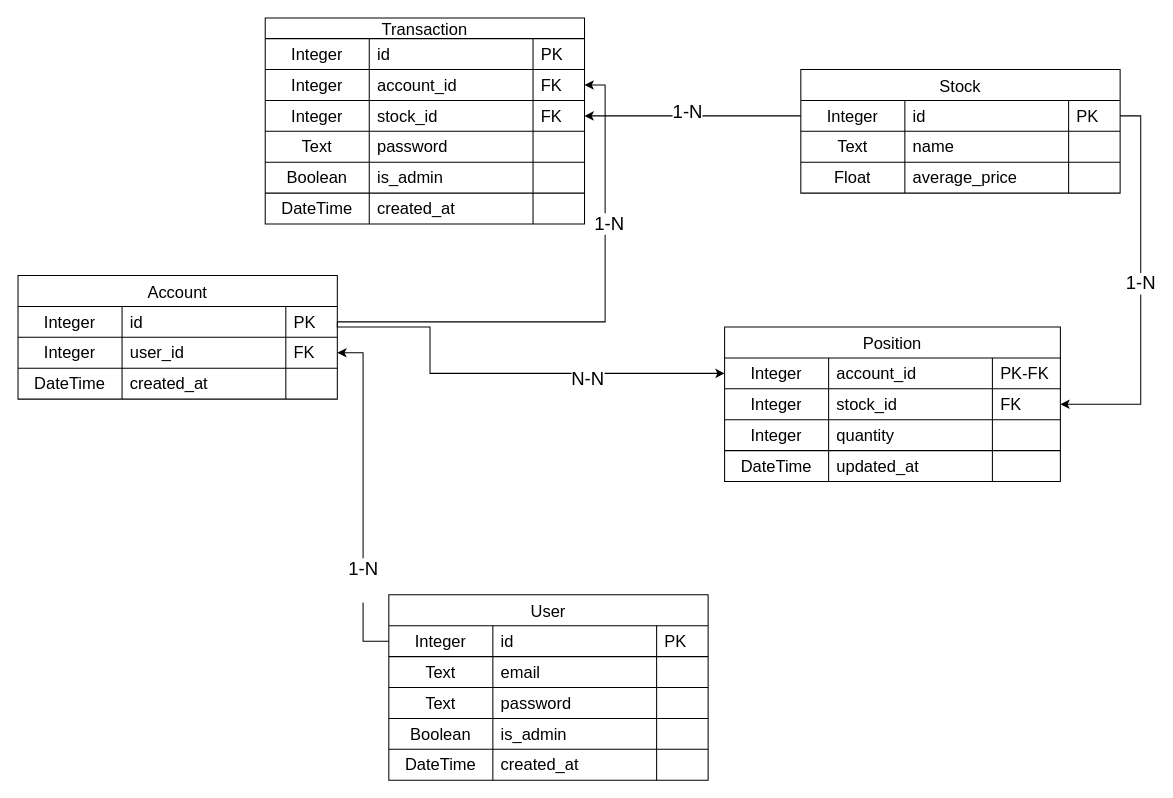
Before: UML Fintech App.drawio in Sadjaime/_PROJECT-WORK, a draw.io diagram. Source tidied: cells renumbered, new cells numbered last; positions are measured from the earlier drawing's top-left corner, leaving out a move shared by most shapes. Both pictures are drawn from the tidied source at 103%, with x=0, y=0 at pixel (18, 18).
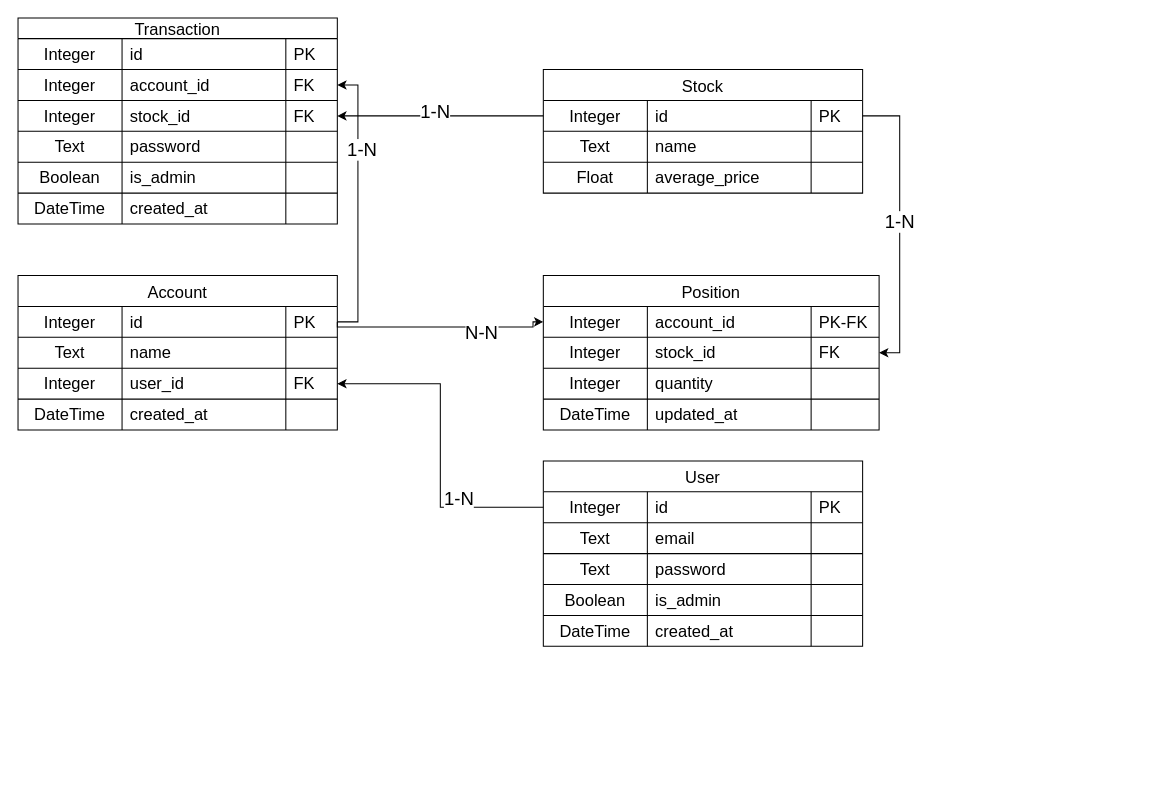
After the change.

The change refers to these unchanged cells:
```xml
<mxCell id="3" style="shape=tableRow;horizontal=0;startSize=0;swimlaneHead=0;swimlaneBody=0;top=0;left=0;bottom=0;right=0;fillColor=none;points=[[0,0.5],[1,0.5]];portConstraint=eastwest;strokeColor=inherit;fontSize=16;" parent="2" vertex="1">
  <mxGeometry y="30" width="310" height="30" as="geometry" />
</mxCell>
<mxCell id="54" style="shape=tableRow;horizontal=0;startSize=0;swimlaneHead=0;swimlaneBody=0;top=0;left=0;bottom=0;right=0;fillColor=none;points=[[0,0.5],[1,0.5]];portConstraint=eastwest;strokeColor=inherit;fontSize=16;" parent="53" vertex="1">
  <mxGeometry y="30" width="326" height="30" as="geometry" />
</mxCell>
```

Diff of the diagram source:
```diff
@@
     <mxCell id="2" value="Account" style="shape=table;startSize=30;childLayout=tableLayout;rowLines=4;fontStyle=0;strokeColor=default;fontSize=16;" parent="1" vertex="1">
-      <mxGeometry y="250" width="310" height="120" as="geometry" />
+      <mxGeometry y="250" width="310" height="150" as="geometry" />
     </mxCell>
@@
+    <mxCell id="101" style="shape=tableRow;horizontal=0;startSize=0;swimlaneHead=0;swimlaneBody=0;top=0;left=0;bottom=0;right=0;fillColor=none;strokeColor=inherit;fontSize=16;" parent="2" vertex="1">
+      <mxGeometry y="60" width="310" height="30" as="geometry" />
+    </mxCell>
+    <mxCell id="102" value="Text" style="shape=partialRectangle;html=1;whiteSpace=wrap;fillColor=none;top=0;left=0;bottom=0;right=0;overflow=hidden;strokeColor=inherit;fontSize=16;" parent="101" vertex="1">
+      <mxGeometry width="101" height="30" as="geometry" />
+    </mxCell>
+    <mxCell id="103" value="name" style="shape=partialRectangle;html=1;whiteSpace=wrap;fillColor=none;top=0;left=0;bottom=0;right=0;align=left;spacingLeft=6;overflow=hidden;strokeColor=inherit;fontSize=16;" parent="101" vertex="1">
+      <mxGeometry x="101" width="159" height="30" as="geometry" />
+    </mxCell>
+    <mxCell id="104" style="shape=partialRectangle;html=1;whiteSpace=wrap;fillColor=none;top=0;left=0;bottom=0;right=0;align=left;spacingLeft=6;overflow=hidden;strokeColor=inherit;fontSize=16;" parent="101" vertex="1">
+      <mxGeometry x="260" width="50" height="30" as="geometry" />
+    </mxCell>
     <mxCell id="7" style="shape=tableRow;horizontal=0;startSize=0;swimlaneHead=0;swimlaneBody=0;top=0;left=0;bottom=0;right=0;fillColor=none;points=[[0,0.5],[1,0.5]];portConstraint=eastwest;strokeColor=inherit;fontSize=16;" parent="2" vertex="1">
-      <mxGeometry y="60" width="310" height="30" as="geometry" />
+      <mxGeometry y="90" width="310" height="30" as="geometry" />
     </mxCell>
@@
     <mxCell id="11" style="shape=tableRow;horizontal=0;startSize=0;swimlaneHead=0;swimlaneBody=0;top=0;left=0;bottom=0;right=0;fillColor=none;strokeColor=inherit;fontSize=16;" parent="2" vertex="1">
-      <mxGeometry y="90" width="310" height="30" as="geometry" />
+      <mxGeometry y="120" width="310" height="30" as="geometry" />
     </mxCell>
@@
     <mxCell id="15" value="Stock" style="shape=table;startSize=30;childLayout=tableLayout;rowLines=4;fontStyle=0;strokeColor=default;fontSize=16;" parent="1" vertex="1">
-      <mxGeometry x="760" y="50" width="310" height="120" as="geometry" />
+      <mxGeometry x="510" y="50" width="310" height="120" as="geometry" />
     </mxCell>
@@
     <mxCell id="28" value="Transaction" style="shape=table;startSize=20;childLayout=tableLayout;rowLines=4;fontStyle=0;strokeColor=default;fontSize=16;" parent="1" vertex="1">
-      <mxGeometry x="240" width="310" height="200" as="geometry" />
+      <mxGeometry width="310" height="200" as="geometry" />
     </mxCell>
@@
     <mxCell id="53" value="Position" style="shape=table;startSize=30;childLayout=tableLayout;rowLines=4;fontStyle=0;strokeColor=default;fontSize=16;" parent="1" vertex="1">
-      <mxGeometry x="686" y="300" width="326" height="150" as="geometry" />
+      <mxGeometry x="510" y="250" width="326" height="150" as="geometry" />
     </mxCell>
@@
     <mxCell id="70" value="User" style="shape=table;startSize=30;childLayout=tableLayout;rowLines=4;fontStyle=0;strokeColor=default;fontSize=16;" parent="1" vertex="1">
-      <mxGeometry x="360" y="560" width="310" height="180" as="geometry" />
+      <mxGeometry x="510" y="430" width="310" height="180" as="geometry" />
     </mxCell>
@@
     <mxCell id="95" style="edgeStyle=orthogonalEdgeStyle;rounded=0;jettySize=auto;html=1;exitX=1;exitY=0.5;exitDx=0;exitDy=0;entryX=0;entryY=0.5;entryDx=0;entryDy=0;" parent="1" edge="1" source="3" target="54">
       <mxGeometry relative="1" as="geometry">
         <Array as="points">
           <mxPoint x="310" y="300" />
-          <mxPoint x="400" y="300" />
-          <mxPoint x="400" y="345" />
+          <mxPoint x="500" y="300" />
         </Array>
       </mxGeometry>
     </mxCell>
```
